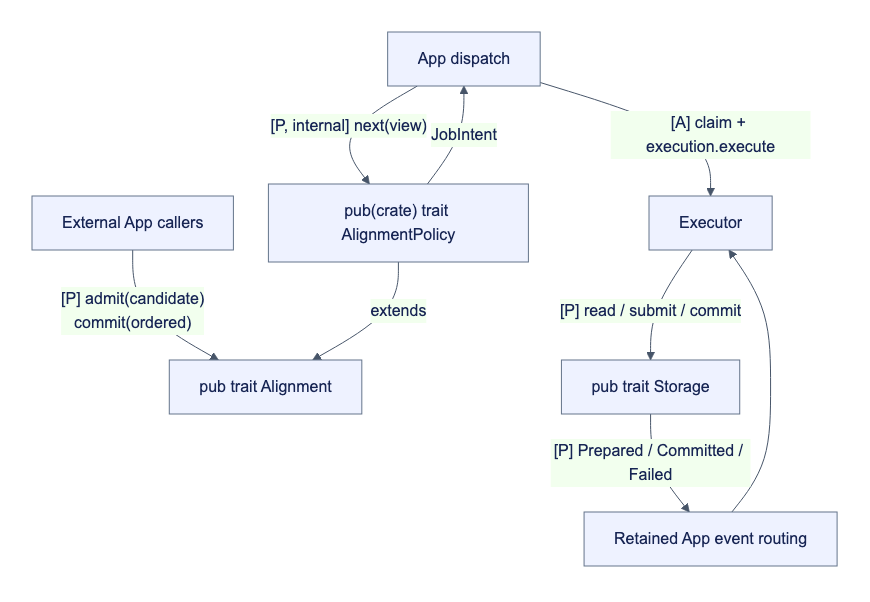
Earlier version of the Mermaid export docs/assets/diagrams/diagram-43.png (djm07073/baton). Its source is kept beside it as docs/assets/diagrams/diagram-43.mmd. Its diagram source:
```mermaid
flowchart TB
    A["External App callers"] -->|"[P] admit(candidate)<br/>commit(ordered)"| L["pub trait Alignment"]
    D["App dispatch"] -->|"[P, internal] next(view)"| P["pub(crate) trait AlignmentPolicy"]
    P -->|"extends"| L
    P -->|"JobIntent"| D
    D -->|"[A] claim + execution.execute"| E["Executor"]
    E -->|"[P] read / submit / commit"| S["pub trait Storage"]
    S -->|"[P] Prepared / Committed / Failed"| O["Retained App event routing"]
    O --> E
```
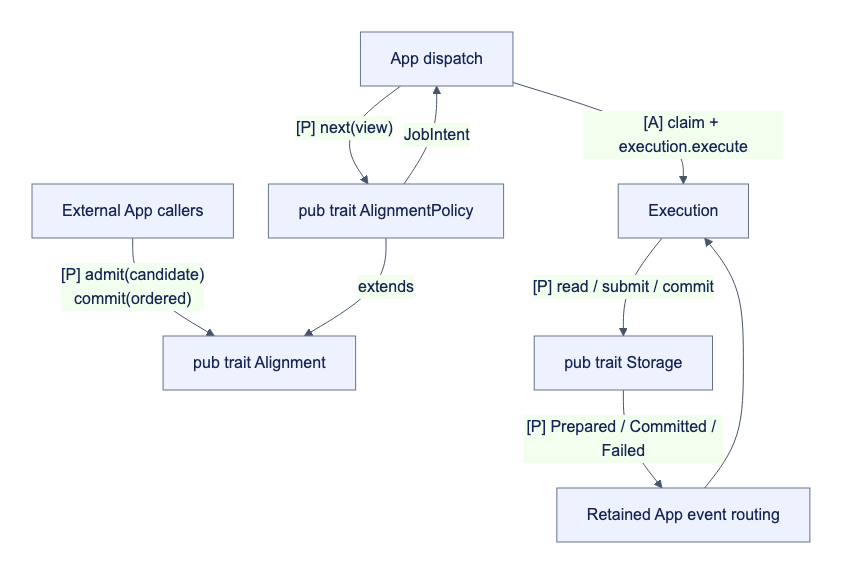
Above is the later version.

What changed in the source:
```diff
@@ -1,9 +1,9 @@
 flowchart TB
     A["External App callers"] -->|"[P] admit(candidate)<br/>commit(ordered)"| L["pub trait Alignment"]
-    D["App dispatch"] -->|"[P, internal] next(view)"| P["pub(crate) trait AlignmentPolicy"]
+    D["App dispatch"] -->|"[P] next(view)"| P["pub trait AlignmentPolicy"]
     P -->|"extends"| L
     P -->|"JobIntent"| D
-    D -->|"[A] claim + execution.execute"| E["Executor"]
+    D -->|"[A] claim + execution.execute"| E["Execution"]
     E -->|"[P] read / submit / commit"| S["pub trait Storage"]
     S -->|"[P] Prepared / Committed / Failed"| O["Retained App event routing"]
     O --> E
```
